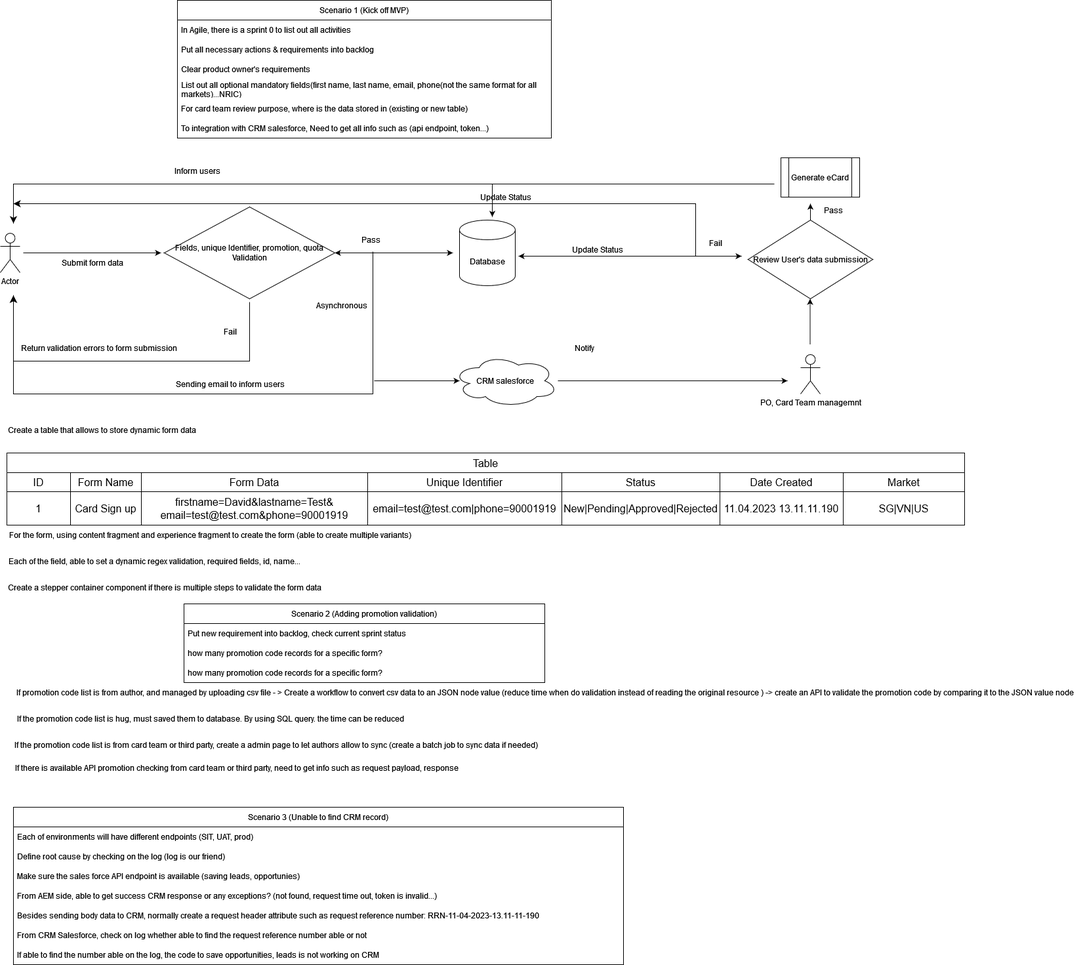
This is Untitled Diagram.drawio.png from huy3890/test, a draw.io export, as it was before one commit. Source tidied: cells renumbered, new cells last; positions are measured from the earlier drawing's top-left corner, leaving out a move shared by most shapes.
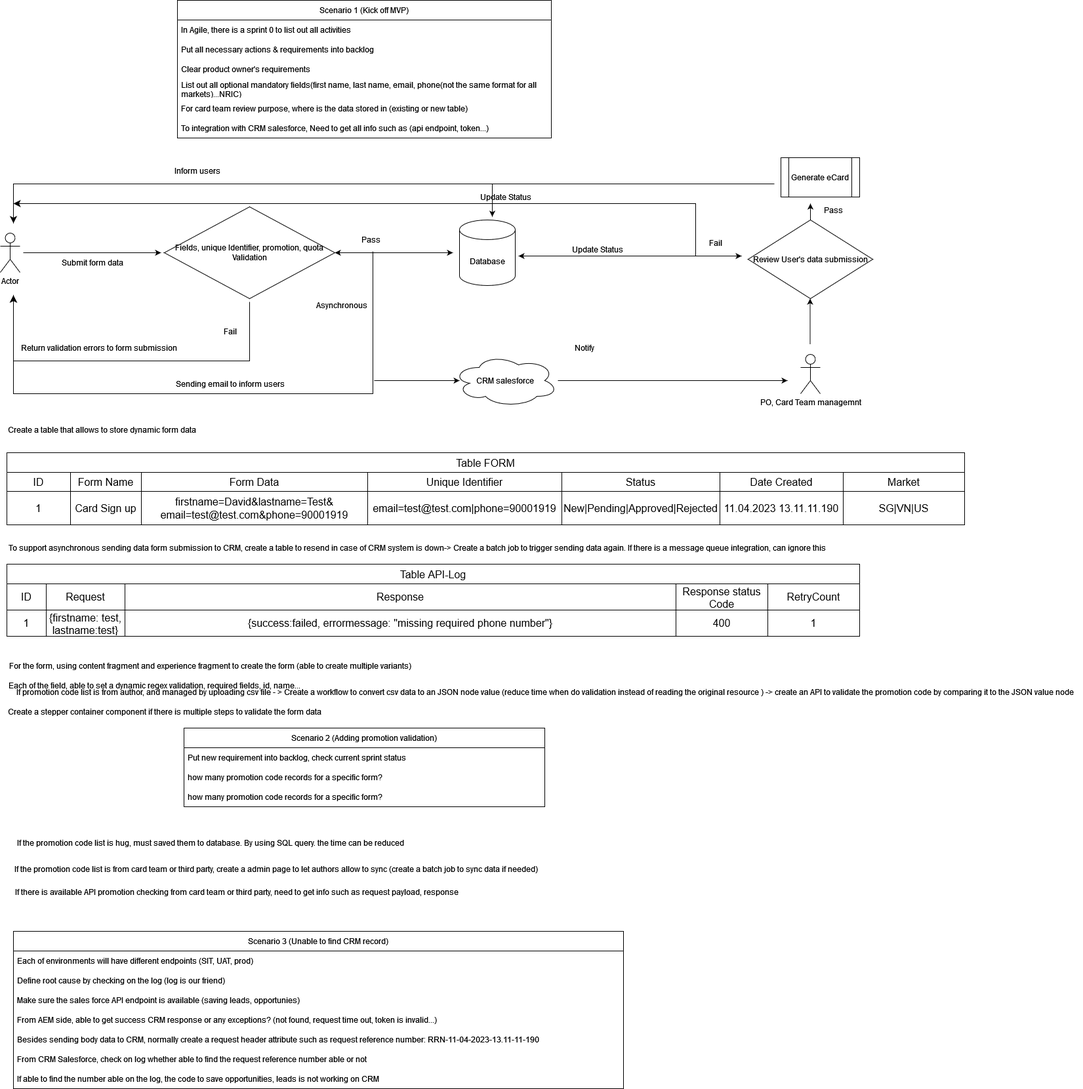
After the change.

The edit, as a diff of the source:
```diff
@@ -23,7 +23,7 @@
     <mxCell id="8" value="To integration with CRM salesforce, Need to get all info such as (api endpoint, token...)" style="text;strokeColor=none;fillColor=none;align=left;verticalAlign=middle;spacingLeft=4;spacingRight=4;overflow=hidden;whiteSpace=wrap;html=1;" parent="2" vertex="1">
       <mxGeometry y="180" width="570" height="30" as="geometry" />
     </mxCell>
-    <mxCell id="9" value="Table" style="shape=table;startSize=30;strokeColor=default;fontSize=16;" parent="1" vertex="1">
+    <mxCell id="9" value="Table FORM" style="shape=table;startSize=30;strokeColor=default;fontSize=16;" parent="1" vertex="1">
       <mxGeometry x="10" y="690" width="1460" height="110" as="geometry" />
     </mxCell>
     <mxCell id="10" style="shape=tableRow;horizontal=0;startSize=0;swimlaneHead=0;swimlaneBody=0;strokeColor=inherit;top=0;left=0;bottom=0;right=0;fillColor=none;fontSize=16;" parent="9" vertex="1">
@@ -111,19 +111,19 @@
       <mxGeometry x="470" y="450" width="100" height="30" as="geometry" />
     </mxCell>
     <mxCell id="35" value="For the form, using content fragment and experience fragment to create the form (able to create multiple variants)" style="text;html=1;align=center;verticalAlign=middle;strokeColor=none;fillColor=none;" parent="1" vertex="1">
-      <mxGeometry y="800" width="640" height="30" as="geometry" />
+      <mxGeometry y="1000" width="640" height="30" as="geometry" />
     </mxCell>
     <mxCell id="36" value="Each of the field, able to set a dynamic regex validation, required fields, id, name..." style="text;html=1;align=center;verticalAlign=middle;strokeColor=none;fillColor=none;" parent="1" vertex="1">
-      <mxGeometry y="840" width="470" height="30" as="geometry" />
+      <mxGeometry y="1030" width="470" height="30" as="geometry" />
     </mxCell>
     <mxCell id="37" value="Create a table that allows to store dynamic form data" style="text;html=1;align=center;verticalAlign=middle;strokeColor=none;fillColor=none;" parent="1" vertex="1">
       <mxGeometry y="640" width="310" height="30" as="geometry" />
     </mxCell>
     <mxCell id="38" value="Create a stepper container component if there is multiple steps to validate the form data" style="text;html=1;align=center;verticalAlign=middle;strokeColor=none;fillColor=none;" parent="1" vertex="1">
-      <mxGeometry y="880" width="500" height="30" as="geometry" />
+      <mxGeometry y="1070" width="500" height="30" as="geometry" />
     </mxCell>
     <mxCell id="39" value="Scenario 2 (Adding promotion validation)" style="swimlane;fontStyle=0;horizontal=1;startSize=30;whiteSpace=wrap;html=1;" parent="1" vertex="1">
-      <mxGeometry x="280" y="920" width="550" height="120" as="geometry" />
+      <mxGeometry x="280" y="1110" width="550" height="120" as="geometry" />
     </mxCell>
     <mxCell id="40" value="Put new requirement into backlog, check current sprint status" style="text;strokeColor=none;fillColor=none;align=left;verticalAlign=middle;spacingLeft=4;spacingRight=4;overflow=hidden;whiteSpace=wrap;html=1;" parent="39" vertex="1">
       <mxGeometry y="30" width="550" height="30" as="geometry" />
@@ -138,13 +138,13 @@
       <mxGeometry x="10" y="1040" width="1640" height="30" as="geometry" />
     </mxCell>
     <mxCell id="44" value="If the promotion code list is hug, must saved them to database. By using SQL query. the time can be reduced " style="text;html=1;align=center;verticalAlign=middle;strokeColor=none;fillColor=none;" parent="1" vertex="1">
-      <mxGeometry x="15" y="1080" width="610" height="30" as="geometry" />
+      <mxGeometry x="15" y="1270" width="610" height="30" as="geometry" />
     </mxCell>
     <mxCell id="45" value="If the promotion code list is from card team or third party, create a admin page to let authors allow to sync (create a batch job to sync data if needed)" style="text;html=1;align=center;verticalAlign=middle;strokeColor=none;fillColor=none;" parent="1" vertex="1">
-      <mxGeometry x="10" y="1120" width="820" height="30" as="geometry" />
+      <mxGeometry x="10" y="1310" width="820" height="30" as="geometry" />
     </mxCell>
     <mxCell id="46" value="Scenario 3 (Unable to find CRM record)" style="swimlane;fontStyle=0;horizontal=1;startSize=30;whiteSpace=wrap;html=1;" parent="1" vertex="1">
-      <mxGeometry x="20" y="1230" width="930" height="240" as="geometry" />
+      <mxGeometry x="20" y="1420" width="930" height="240" as="geometry" />
     </mxCell>
     <mxCell id="47" value="Each of environments will have different endpoints (SIT, UAT, prod)" style="text;strokeColor=none;fillColor=none;align=left;verticalAlign=middle;spacingLeft=4;spacingRight=4;overflow=hidden;whiteSpace=wrap;html=1;" parent="46" vertex="1">
       <mxGeometry y="30" width="930" height="30" as="geometry" />
@@ -168,7 +168,7 @@
       <mxGeometry y="210" width="930" height="30" as="geometry" />
     </mxCell>
     <mxCell id="54" value="If there is available API promotion checking from card team or third party, need to get info such as request payload, response " style="text;html=1;align=center;verticalAlign=middle;strokeColor=none;fillColor=none;" parent="1" vertex="1">
-      <mxGeometry x="10" y="1155" width="700" height="30" as="geometry" />
+      <mxGeometry x="10" y="1345" width="700" height="30" as="geometry" />
     </mxCell>
     <mxCell id="55" value="PO, Card Team managemnt" style="shape=umlActor;verticalLabelPosition=bottom;verticalAlign=top;html=1;" parent="1" vertex="1">
       <mxGeometry x="1220" y="540" width="30" height="60" as="geometry" />
@@ -268,5 +268,47 @@
         <mxPoint x="1130" y="390" as="targetPoint" />
       </mxGeometry>
     </mxCell>
+    <mxCell id="77" value="Table API-Log" style="shape=table;startSize=30;strokeColor=default;fontSize=16;" parent="1" vertex="1">
+      <mxGeometry x="10" y="860" width="1300" height="110" as="geometry" />
+    </mxCell>
+    <mxCell id="78" style="shape=tableRow;horizontal=0;startSize=0;swimlaneHead=0;swimlaneBody=0;strokeColor=inherit;top=0;left=0;bottom=0;right=0;fillColor=none;fontSize=16;" parent="77" vertex="1">
+      <mxGeometry y="30" width="1300" height="40" as="geometry" />
+    </mxCell>
+    <mxCell id="79" value="ID" style="shape=partialRectangle;html=1;whiteSpace=wrap;strokeColor=inherit;overflow=hidden;fillColor=none;top=0;left=0;bottom=0;right=0;fontSize=16;" parent="78" vertex="1">
+      <mxGeometry width="60" height="40" as="geometry" />
+    </mxCell>
+    <mxCell id="80" value="Request" style="shape=partialRectangle;html=1;whiteSpace=wrap;strokeColor=inherit;overflow=hidden;fillColor=none;top=0;left=0;bottom=0;right=0;fontSize=16;" parent="78" vertex="1">
+      <mxGeometry x="60" width="120" height="40" as="geometry" />
+    </mxCell>
+    <mxCell id="81" value="Response" style="shape=partialRectangle;html=1;whiteSpace=wrap;strokeColor=inherit;overflow=hidden;fillColor=none;top=0;left=0;bottom=0;right=0;fontSize=16;" parent="78" vertex="1">
+      <mxGeometry x="180" width="840" height="40" as="geometry" />
+    </mxCell>
+    <mxCell id="82" value="Response status Code" style="shape=partialRectangle;html=1;whiteSpace=wrap;strokeColor=inherit;overflow=hidden;fillColor=none;top=0;left=0;bottom=0;right=0;fontSize=16;" parent="78" vertex="1">
+      <mxGeometry x="1020" width="140" height="40" as="geometry" />
+    </mxCell>
+    <mxCell id="83" value="RetryCount" style="shape=partialRectangle;html=1;whiteSpace=wrap;strokeColor=inherit;overflow=hidden;fillColor=none;top=0;left=0;bottom=0;right=0;fontSize=16;" parent="78" vertex="1">
+      <mxGeometry x="1160" width="140" height="40" as="geometry" />
+    </mxCell>
+    <mxCell id="84" style="shape=tableRow;horizontal=0;startSize=0;swimlaneHead=0;swimlaneBody=0;strokeColor=inherit;top=0;left=0;bottom=0;right=0;fillColor=none;fontSize=16;" parent="77" vertex="1">
+      <mxGeometry y="70" width="1300" height="40" as="geometry" />
+    </mxCell>
+    <mxCell id="85" value="1" style="shape=partialRectangle;html=1;whiteSpace=wrap;strokeColor=inherit;overflow=hidden;fillColor=none;top=0;left=0;bottom=0;right=0;fontSize=16;" parent="84" vertex="1">
+      <mxGeometry width="60" height="40" as="geometry" />
+    </mxCell>
+    <mxCell id="86" value="{firstname: test, lastname:test}" style="shape=partialRectangle;html=1;whiteSpace=wrap;strokeColor=inherit;overflow=hidden;fillColor=none;top=0;left=0;bottom=0;right=0;fontSize=16;" parent="84" vertex="1">
+      <mxGeometry x="60" width="120" height="40" as="geometry" />
+    </mxCell>
+    <mxCell id="87" value="{success:failed, errormessage: &quot;missing required phone number&quot;}" style="shape=partialRectangle;html=1;whiteSpace=wrap;strokeColor=inherit;overflow=hidden;fillColor=none;top=0;left=0;bottom=0;right=0;fontSize=16;" parent="84" vertex="1">
+      <mxGeometry x="180" width="840" height="40" as="geometry" />
+    </mxCell>
+    <mxCell id="88" value="400" style="shape=partialRectangle;html=1;whiteSpace=wrap;strokeColor=inherit;overflow=hidden;fillColor=none;top=0;left=0;bottom=0;right=0;fontSize=16;" parent="84" vertex="1">
+      <mxGeometry x="1020" width="140" height="40" as="geometry" />
+    </mxCell>
+    <mxCell id="89" value="1" style="shape=partialRectangle;html=1;whiteSpace=wrap;strokeColor=inherit;overflow=hidden;fillColor=none;top=0;left=0;bottom=0;right=0;fontSize=16;" parent="84" vertex="1">
+      <mxGeometry x="1160" width="140" height="40" as="geometry" />
+    </mxCell>
+    <mxCell id="90" value="To support asynchronous sending data form submission to CRM, create a table to resend in case of CRM system is down-&amp;gt; Create a batch job to trigger sending data again. If there is a message queue integration, can ignore this" style="text;html=1;align=center;verticalAlign=middle;strokeColor=none;fillColor=none;" parent="1" vertex="1">
+      <mxGeometry y="820" width="1270" height="30" as="geometry" />
+    </mxCell>
   </root>
 </mxGraphModel>
```
